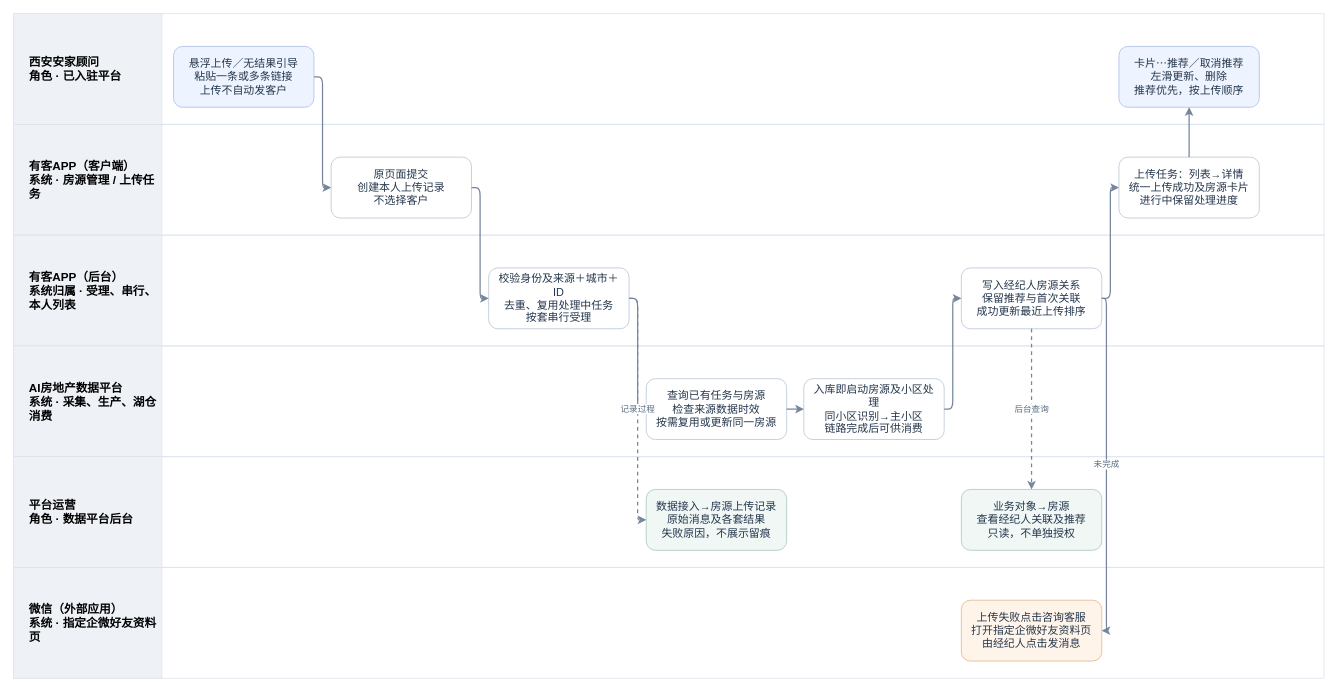
This is page "APP独立上传｜角色与系统泳道" (1 of 3) of B端发房共用资源/V3.0-B端房源上传与管理-角色与系统业务流程.drawio from JZT-AI/ai-real-estate-platform-v3-prototype, a draw.io file, before an edit. Source tidied: cells renumbered, new cells numbered last; positions are measured from the earlier drawing's top-left corner, leaving out a move shared by most shapes. Both pictures are drawn from the tidied source at 78%, with x=0, y=0 at pixel (13, 13).
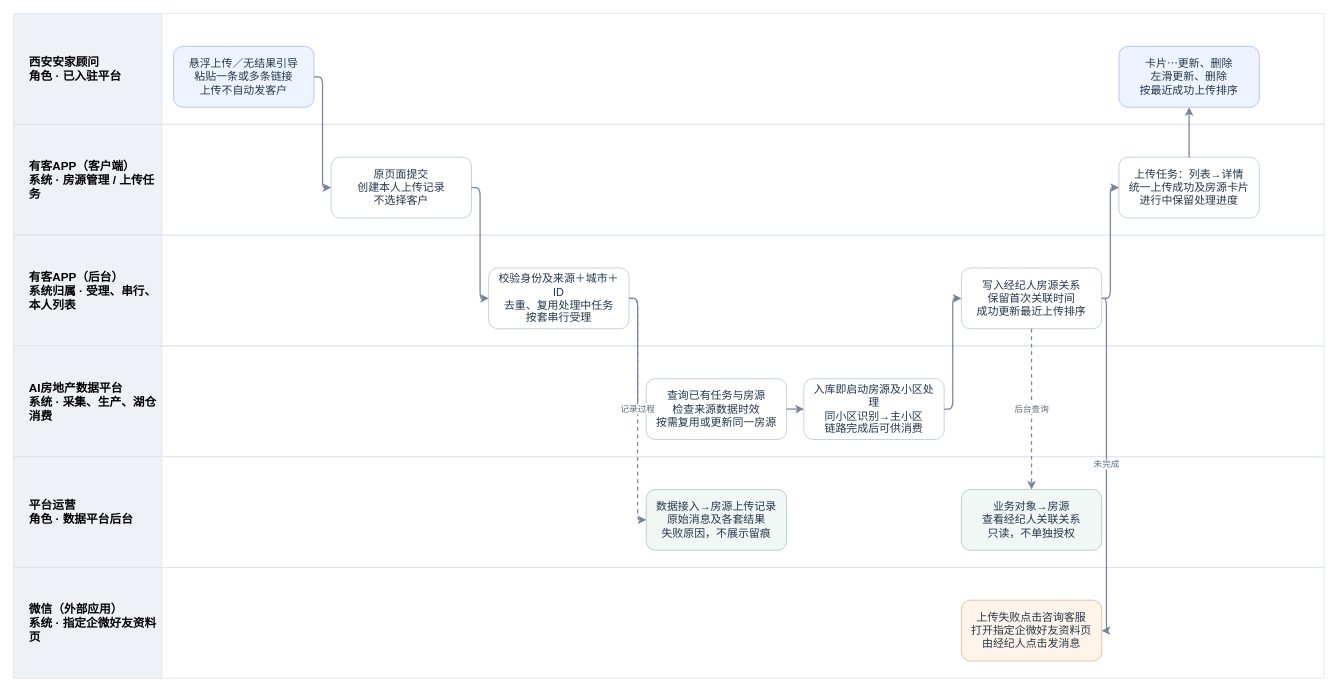
After the change.

The change refers to these unchanged cells:
```xml
<mxCell id="2" style="swimlane;horizontal=1;startSize=0;fillColor=#ffffff;strokeColor=#dce3ed;" parent="1" vertex="1">
  <mxGeometry width="1680" height="142" as="geometry" />
</mxCell>
<mxCell id="6" style="swimlane;horizontal=1;startSize=0;fillColor=#ffffff;strokeColor=#dce3ed;" parent="1" vertex="1">
  <mxGeometry y="284" width="1680" height="142" as="geometry" />
</mxCell>
<mxCell id="10" style="swimlane;horizontal=1;startSize=0;fillColor=#ffffff;strokeColor=#dce3ed;" parent="1" vertex="1">
  <mxGeometry y="568" width="1680" height="142" as="geometry" />
</mxCell>
```

Diff of the diagram source:
```diff
@@
-    <mxCell id="19" value="写入经纪人房源关系&lt;br&gt;保留推荐与首次关联&lt;br&gt;成功更新最近上传排序" style="rounded=1;whiteSpace=wrap;html=1;fillColor=#fff;strokeColor=#b7c4d5;fontColor=#24364c;fontSize=14;spacing=8;" parent="6" vertex="1">
+    <mxCell id="19" value="写入经纪人房源关系&lt;br&gt;保留首次关联时间&lt;br&gt;成功更新最近上传排序" style="rounded=1;whiteSpace=wrap;html=1;fillColor=#fff;strokeColor=#b7c4d5;fontColor=#24364c;fontSize=14;spacing=8;" parent="6" vertex="1">
       <mxGeometry x="1215" y="42" width="180" height="78" as="geometry" />
     </mxCell>
@@
-    <mxCell id="21" value="卡片⋯推荐／取消推荐&lt;br&gt;左滑更新、删除&lt;br&gt;推荐优先，按上传顺序" style="rounded=1;whiteSpace=wrap;html=1;fillColor=#eef4ff;strokeColor=#a8bde8;fontColor=#24364c;fontSize=14;spacing=8;" parent="2" vertex="1">
+    <mxCell id="21" value="卡片⋯更新、删除&lt;br&gt;左滑更新、删除&lt;br&gt;按最近成功上传排序" style="rounded=1;whiteSpace=wrap;html=1;fillColor=#eef4ff;strokeColor=#a8bde8;fontColor=#24364c;fontSize=14;spacing=8;" parent="2" vertex="1">
       <mxGeometry x="1417" y="42" width="180" height="78" as="geometry" />
     </mxCell>
@@
-    <mxCell id="23" value="业务对象→房源&lt;br&gt;查看经纪人关联及推荐&lt;br&gt;只读，不单独授权" style="rounded=1;whiteSpace=wrap;html=1;fillColor=#f0f7f5;strokeColor=#a6c7bb;fontColor=#24364c;fontSize=14;spacing=8;" parent="10" vertex="1">
+    <mxCell id="23" value="业务对象→房源&lt;br&gt;查看经纪人关联关系&lt;br&gt;只读，不单独授权" style="rounded=1;whiteSpace=wrap;html=1;fillColor=#f0f7f5;strokeColor=#a6c7bb;fontColor=#24364c;fontSize=14;spacing=8;" parent="10" vertex="1">
       <mxGeometry x="1215" y="42" width="180" height="78" as="geometry" />
     </mxCell>
```
